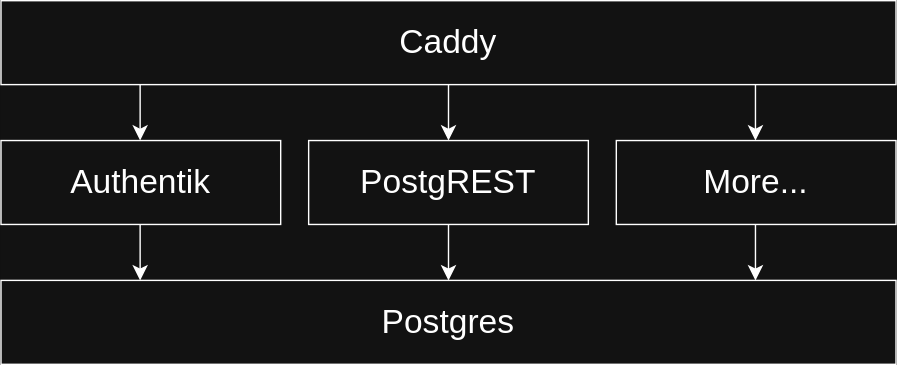
minibasehq/minibase keeps this draw.io diagram as .images/architecture-dark.svg. Above is the earlier version. Source tidied: cells renumbered, new cells last; positions are measured from the earlier drawing's top-left corner, leaving out a move shared by most shapes.
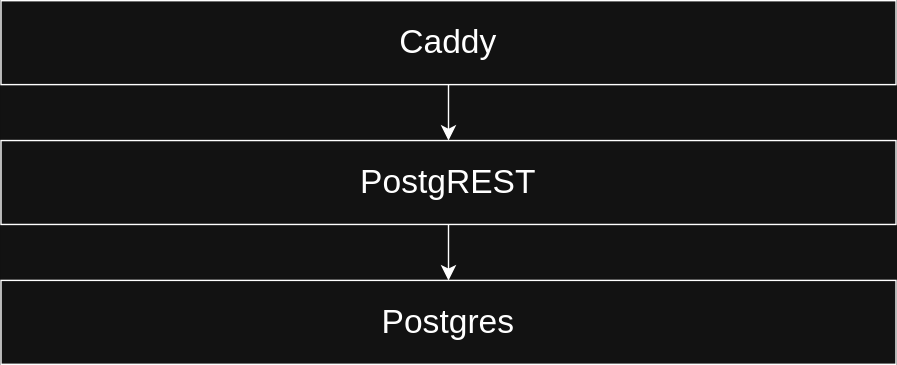
Later version of the same file.

Commit message:
Remove Authentik from architecture diagram

What changed in the source:
```diff
@@ -17,53 +17,11 @@
     <mxCell id="5" value="&lt;font style=&quot;font-size: 24px;&quot;&gt;Postgres&lt;/font&gt;" style="rounded=0;whiteSpace=wrap;html=1;" parent="1" vertex="1">
       <mxGeometry y="200" width="640" height="60" as="geometry" />
     </mxCell>
-    <mxCell id="6" style="edgeStyle=none;curved=1;rounded=0;orthogonalLoop=1;jettySize=auto;html=1;fontSize=12;startSize=8;endSize=8;entryX=0.239;entryY=0;entryDx=0;entryDy=0;entryPerimeter=0;" parent="1" edge="1">
-      <mxGeometry relative="1" as="geometry">
-        <mxPoint x="594" y="100" as="sourcePoint" />
-        <mxPoint x="593" y="154" as="targetPoint" />
-      </mxGeometry>
-    </mxCell>
-    <mxCell id="7" style="edgeStyle=none;curved=1;rounded=0;orthogonalLoop=1;jettySize=auto;html=1;fontSize=12;startSize=8;endSize=8;entryX=0.239;entryY=0;entryDx=0;entryDy=0;entryPerimeter=0;" parent="1" edge="1">
-      <mxGeometry relative="1" as="geometry">
-        <mxPoint x="154.5" y="100" as="sourcePoint" />
-        <mxPoint x="153.5" y="154" as="targetPoint" />
-      </mxGeometry>
-    </mxCell>
-    <mxCell id="8" value="&lt;font style=&quot;font-size: 24px;&quot;&gt;Authentik&lt;/font&gt;" style="rounded=0;whiteSpace=wrap;html=1;" parent="1" vertex="1">
-      <mxGeometry y="100" width="200" height="60" as="geometry" />
-    </mxCell>
     <mxCell id="9" style="edgeStyle=none;curved=1;rounded=0;jettySize=auto;html=1;fontSize=12;startSize=8;endSize=8;" parent="1" edge="1" source="10" target="5">
       <mxGeometry relative="1" as="geometry" />
     </mxCell>
     <mxCell id="10" value="&lt;font style=&quot;font-size: 24px;&quot;&gt;PostgREST&lt;/font&gt;" style="rounded=0;whiteSpace=wrap;html=1;" parent="1" vertex="1">
-      <mxGeometry x="220" y="100" width="200" height="60" as="geometry" />
+      <mxGeometry y="100" width="640" height="60" as="geometry" />
     </mxCell>
-    <mxCell id="11" value="&lt;font style=&quot;font-size: 24px;&quot;&gt;More...&lt;/font&gt;" style="rounded=0;whiteSpace=wrap;html=1;" parent="1" vertex="1">
-      <mxGeometry x="440" y="100" width="200" height="60" as="geometry" />
-    </mxCell>
-    <mxCell id="12" style="edgeStyle=none;curved=1;rounded=0;orthogonalLoop=1;jettySize=auto;html=1;fontSize=12;startSize=8;endSize=8;" parent="1" edge="1">
-      <mxGeometry relative="1" as="geometry">
-        <mxPoint x="539.5" y="160" as="sourcePoint" />
-        <mxPoint x="539.5" y="200" as="targetPoint" />
-      </mxGeometry>
-    </mxCell>
-    <mxCell id="13" style="edgeStyle=none;curved=1;rounded=0;orthogonalLoop=1;jettySize=auto;html=1;fontSize=12;startSize=8;endSize=8;" parent="1" edge="1">
-      <mxGeometry relative="1" as="geometry">
-        <mxPoint x="99.5" y="160" as="sourcePoint" />
-        <mxPoint x="99.5" y="200" as="targetPoint" />
-      </mxGeometry>
-    </mxCell>
-    <mxCell id="14" style="edgeStyle=none;curved=1;rounded=0;orthogonalLoop=1;jettySize=auto;html=1;fontSize=12;startSize=8;endSize=8;" parent="1" edge="1">
-      <mxGeometry relative="1" as="geometry">
-        <mxPoint x="99.5" y="60" as="sourcePoint" />
-        <mxPoint x="99.5" y="100" as="targetPoint" />
-      </mxGeometry>
-    </mxCell>
-    <mxCell id="15" style="edgeStyle=none;curved=1;rounded=0;orthogonalLoop=1;jettySize=auto;html=1;fontSize=12;startSize=8;endSize=8;" parent="1" edge="1">
-      <mxGeometry relative="1" as="geometry">
-        <mxPoint x="539.5" y="60" as="sourcePoint" />
-        <mxPoint x="539.5" y="100" as="targetPoint" />
-      </mxGeometry>
-    </mxCell>
   </root>
 </mxGraphModel>
```
